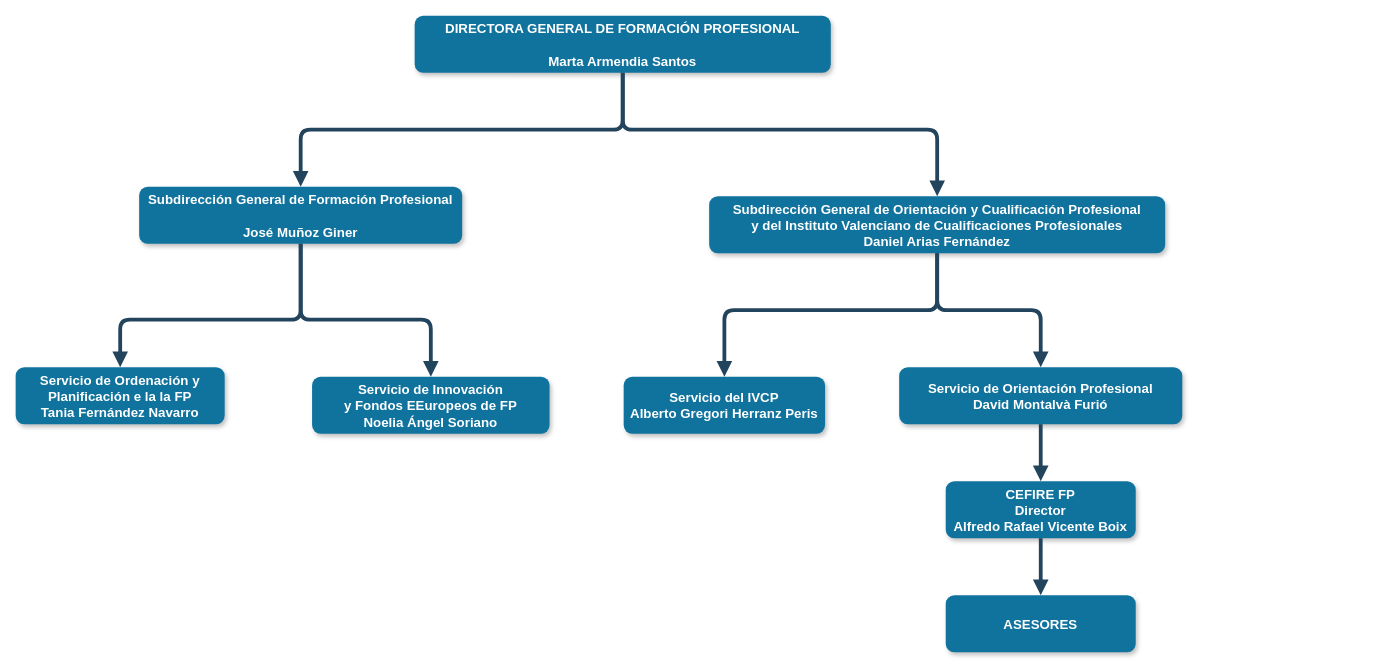
This is draw.io/Organigrama.drawio from cefirefp/cefirefp.github.io, a draw.io file, before an edit. Source tidied: cells renumbered, new cells numbered last; positions are measured from the earlier drawing's top-left corner, leaving out a move shared by most shapes. Both pictures are drawn from the tidied source at 95%, with x=0, y=0 at pixel (15, 15).
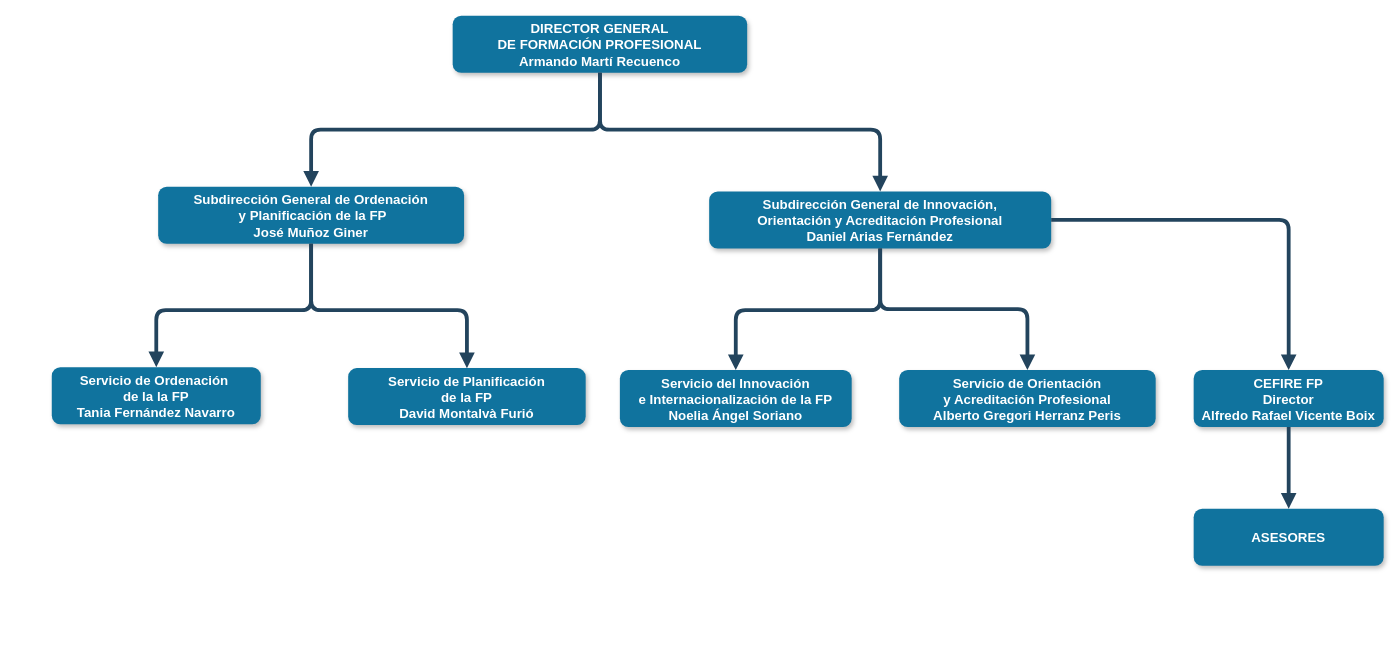
After the change.

Commit message (it also covers changes not shown here):
actualització de l'organigrama

The edit, as a diff of the source:
```diff
@@
-    <mxCell id="2" value="DIRECTORA GENERAL DE FORMACIÓN PROFESIONAL&#10;&#10;Marta Armendia Santos" style="rounded=1;fillColor=#10739E;strokeColor=none;shadow=1;gradientColor=none;fontStyle=1;fontColor=#FFFFFF;fontSize=14;" parent="1" vertex="1">
-      <mxGeometry x="420" width="438" height="60" as="geometry" />
+    <mxCell id="2" value="DIRECTOR GENERAL&#10;DE FORMACIÓN PROFESIONAL&#10;Armando Martí Recuenco" style="rounded=1;fillColor=#10739E;strokeColor=none;shadow=1;gradientColor=none;fontStyle=1;fontColor=#FFFFFF;fontSize=14;" parent="1" vertex="1">
+      <mxGeometry x="460" width="310" height="60" as="geometry" />
     </mxCell>
-    <mxCell id="3" value="Subdirección General de Formación Profesional&#10;&#10;José Muñoz Giner" style="rounded=1;fillColor=#10739E;strokeColor=none;shadow=1;gradientColor=none;fontStyle=1;fontColor=#FFFFFF;fontSize=14;" parent="1" vertex="1">
-      <mxGeometry x="130" y="180" width="340" height="60" as="geometry" />
+    <mxCell id="3" value="Subdirección General de Ordenación&#10; y Planificación de la FP&#10;José Muñoz Giner" style="rounded=1;fillColor=#10739E;strokeColor=none;shadow=1;gradientColor=none;fontStyle=1;fontColor=#FFFFFF;fontSize=14;" parent="1" vertex="1">
+      <mxGeometry x="150" y="180" width="322" height="60" as="geometry" />
     </mxCell>
-    <mxCell id="4" value="Subdirección General de Orientación y Cualificación Profesional&#10;y del Instituto Valenciano de Cualificaciones Profesionales&#10;Daniel Arias Fernández" style="rounded=1;fillColor=#10739E;strokeColor=none;shadow=1;gradientColor=none;fontStyle=1;fontColor=#FFFFFF;fontSize=14;" parent="1" vertex="1">
-      <mxGeometry x="730" y="190" width="480" height="60" as="geometry" />
+    <mxCell id="4" value="Subdirección General de Innovación,&#10;Orientación y Acreditación Profesional&#10;Daniel Arias Fernández" style="rounded=1;fillColor=#10739E;strokeColor=none;shadow=1;gradientColor=none;fontStyle=1;fontColor=#FFFFFF;fontSize=14;" parent="1" vertex="1">
+      <mxGeometry x="730" y="185" width="360" height="60" as="geometry" />
     </mxCell>
-    <mxCell id="5" value="Servicio de Ordenación y&#10;Planificación e la la FP&#10;Tania Fernández Navarro" style="rounded=1;fillColor=#10739E;strokeColor=none;shadow=1;gradientColor=none;fontStyle=1;fontColor=#FFFFFF;fontSize=14;" parent="1" vertex="1">
-      <mxGeometry y="370" width="220" height="60" as="geometry" />
+    <mxCell id="5" value="Servicio de Ordenación &#10;de la la FP&#10;Tania Fernández Navarro" style="rounded=1;fillColor=#10739E;strokeColor=none;shadow=1;gradientColor=none;fontStyle=1;fontColor=#FFFFFF;fontSize=14;" parent="1" vertex="1">
+      <mxGeometry x="38" y="370" width="220" height="60" as="geometry" />
     </mxCell>
-    <mxCell id="6" value="Servicio de Innovación&#10;y Fondos EEuropeos de FP&#10;Noelia Ángel Soriano" style="rounded=1;fillColor=#10739E;strokeColor=none;shadow=1;gradientColor=none;fontStyle=1;fontColor=#FFFFFF;fontSize=14;" parent="1" vertex="1">
-      <mxGeometry x="312" y="380" width="250" height="60" as="geometry" />
+    <mxCell id="6" value="Servicio de Planificación&#10;de la FP&#10;David Montalvà Furió" style="rounded=1;fillColor=#10739E;strokeColor=none;shadow=1;gradientColor=none;fontStyle=1;fontColor=#FFFFFF;fontSize=14;" parent="1" vertex="1">
+      <mxGeometry x="350" y="371" width="250" height="60" as="geometry" />
     </mxCell>
-    <mxCell id="7" value="Servicio del IVCP&#10;Alberto Gregori Herranz Peris" style="rounded=1;fillColor=#10739E;strokeColor=none;shadow=1;gradientColor=none;fontStyle=1;fontColor=#FFFFFF;fontSize=14;" parent="1" vertex="1">
-      <mxGeometry x="640" y="380" width="212" height="60" as="geometry" />
+    <mxCell id="7" value="Servicio del Innovación&#10;e Internacionalización de la FP&#10;Noelia Ángel Soriano" style="rounded=1;fillColor=#10739E;strokeColor=none;shadow=1;gradientColor=none;fontStyle=1;fontColor=#FFFFFF;fontSize=14;" parent="1" vertex="1">
+      <mxGeometry x="636" y="373" width="244" height="60" as="geometry" />
     </mxCell>
-    <mxCell id="8" value="Servicio de Orientación Profesional&#10;David Montalvà Furió" style="rounded=1;fillColor=#10739E;strokeColor=none;shadow=1;gradientColor=none;fontStyle=1;fontColor=#FFFFFF;fontSize=14;" parent="1" vertex="1">
-      <mxGeometry x="930" y="370" width="298" height="60" as="geometry" />
+    <mxCell id="8" value="Servicio de Orientación&#10;y Acreditación Profesional&#10;Alberto Gregori Herranz Peris" style="rounded=1;fillColor=#10739E;strokeColor=none;shadow=1;gradientColor=none;fontStyle=1;fontColor=#FFFFFF;fontSize=14;" parent="1" vertex="1">
+      <mxGeometry x="930" y="373" width="270" height="60" as="geometry" />
     </mxCell>
     <mxCell id="9" value="CEFIRE FP&#10;Director&#10;Alfredo Rafael Vicente Boix" style="rounded=1;fillColor=#10739E;strokeColor=none;shadow=1;gradientColor=none;fontStyle=1;fontColor=#FFFFFF;fontSize=14;" parent="1" vertex="1">
-      <mxGeometry x="979" y="490" width="200" height="60" as="geometry" />
+      <mxGeometry x="1240" y="373" width="200" height="60" as="geometry" />
     </mxCell>
     <mxCell id="10" value="ASESORES" style="rounded=1;fillColor=#10739E;strokeColor=none;shadow=1;gradientColor=none;fontStyle=1;fontColor=#FFFFFF;fontSize=14;" parent="1" vertex="1">
-      <mxGeometry x="979" y="610" width="200" height="60" as="geometry" />
+      <mxGeometry x="1240" y="519" width="200" height="60" as="geometry" />
     </mxCell>
@@
     <mxCell id="13" style="edgeStyle=elbowEdgeStyle;elbow=vertical;strokeWidth=4;endArrow=block;endFill=1;fontStyle=1;strokeColor=#23445D;exitX=0.5;exitY=1;exitDx=0;exitDy=0;entryX=0.5;entryY=0;entryDx=0;entryDy=0;" parent="1" edge="1" source="3" target="5">
       <mxGeometry x="22" y="165.5" as="geometry">
         <Array as="points">
-          <mxPoint x="210" y="320" />
+          <mxPoint x="230" y="310" />
           <mxPoint x="362" y="355.5" />
         </Array>
       </mxGeometry>
     </mxCell>
@@
-    <mxCell id="15" style="edgeStyle=elbowEdgeStyle;elbow=vertical;strokeWidth=4;endArrow=block;endFill=1;fontStyle=1;strokeColor=#23445D;" parent="1" edge="1" source="8" target="9">
-      <mxGeometry x="72" y="165.5" as="geometry" />
+    <mxCell id="15" style="edgeStyle=elbowEdgeStyle;elbow=vertical;strokeWidth=4;endArrow=block;endFill=1;fontStyle=1;strokeColor=#23445D;exitX=1;exitY=0.5;exitDx=0;exitDy=0;" parent="1" edge="1" source="4" target="9">
+      <mxGeometry x="72" y="165.5" as="geometry">
+        <Array as="points">
+          <mxPoint x="1220" y="215" />
+        </Array>
+      </mxGeometry>
     </mxCell>
@@
     <mxCell id="17" style="edgeStyle=elbowEdgeStyle;elbow=vertical;strokeWidth=4;endArrow=block;endFill=1;fontStyle=1;strokeColor=#23445D;exitX=0.5;exitY=1;exitDx=0;exitDy=0;entryX=0.5;entryY=0;entryDx=0;entryDy=0;" parent="1" edge="1" source="3" target="6">
       <mxGeometry x="22" y="165.5" as="geometry">
         <Array as="points">
-          <mxPoint x="390" y="320" />
+          <mxPoint x="400" y="310" />
           <mxPoint x="502" y="435.5" />
         </Array>
       </mxGeometry>
     </mxCell>
```
